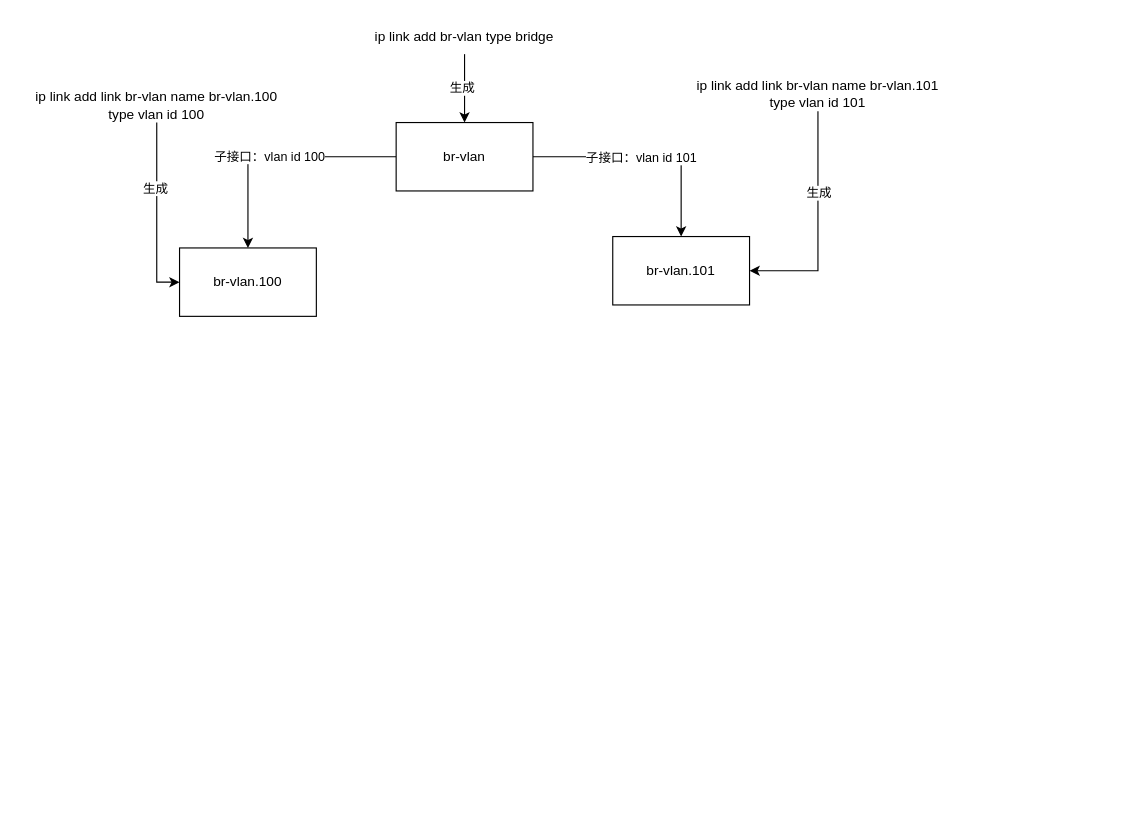
Before: vlan-模拟测试.drawio in lovegood66/network, a draw.io diagram. Source tidied: cells renumbered, new cells numbered last; positions are measured from the earlier drawing's top-left corner, leaving out a move shared by most shapes. Both pictures are drawn from the tidied source at 114%, with x=0, y=0 at pixel (31, 19).
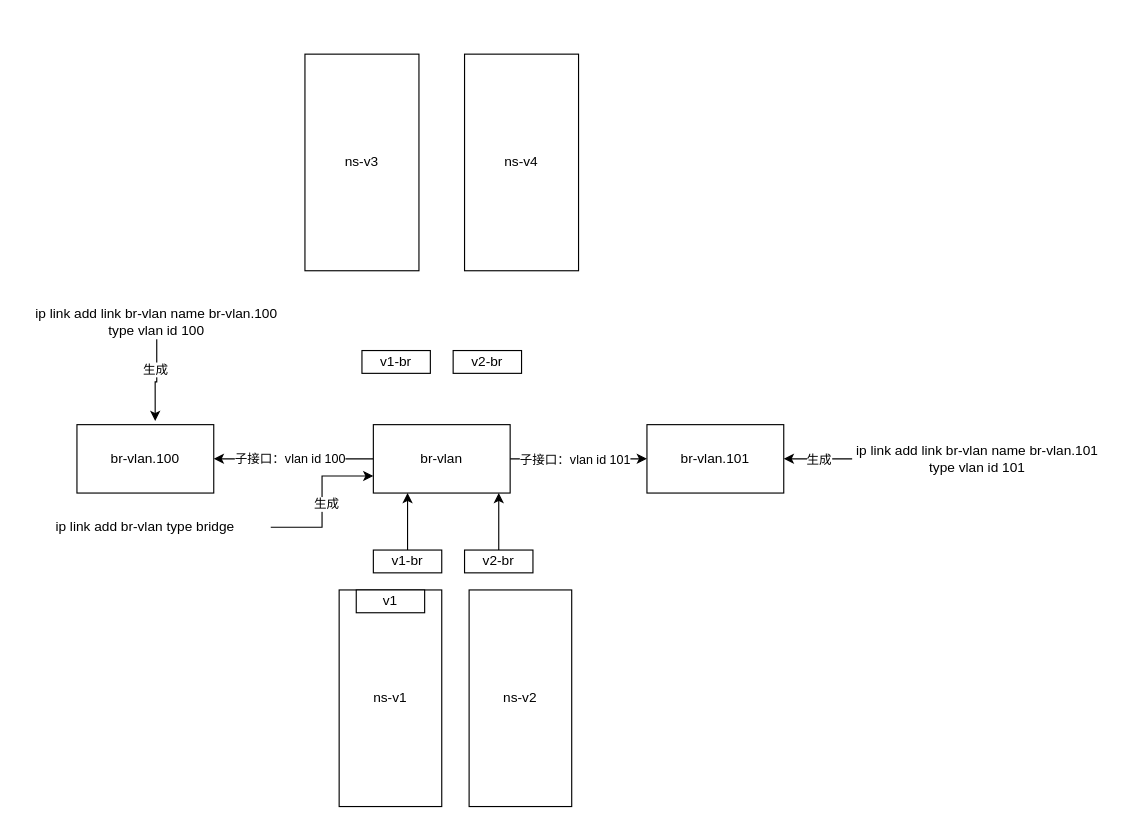
The same diagram, later.

Commit message:
更新vlan-模拟测试.drawio

Unchanged cells that the change refers to:
```xml
<mxCell id="16" style="edgeStyle=orthogonalEdgeStyle;rounded=0;jettySize=auto;html=1;entryX=1;entryY=0.5;entryDx=0;entryDy=0;" parent="1" edge="1" source="15" target="7">
  <mxGeometry relative="1" as="geometry" />
</mxCell>
```

What changed in the source:
```diff
@@
     <mxCell id="6" value="br-vlan" style="rounded=0;whiteSpace=wrap;html=1;" parent="1" vertex="1">
-      <mxGeometry x="320" y="90" width="120" height="60" as="geometry" />
+      <mxGeometry x="300" y="355" width="120" height="60" as="geometry" />
     </mxCell>
     <mxCell id="7" value="br-vlan.101" style="rounded=0;whiteSpace=wrap;html=1;" parent="1" vertex="1">
-      <mxGeometry x="510" y="190" width="120" height="60" as="geometry" />
+      <mxGeometry x="540" y="355" width="120" height="60" as="geometry" />
     </mxCell>
     <mxCell id="8" value="br-vlan.100" style="rounded=0;whiteSpace=wrap;html=1;" parent="1" vertex="1">
-      <mxGeometry x="130" y="200" width="120" height="60" as="geometry" />
+      <mxGeometry x="40" y="355" width="120" height="60" as="geometry" />
     </mxCell>
-    <mxCell id="9" style="edgeStyle=orthogonalEdgeStyle;rounded=0;jettySize=auto;html=1;" parent="1" edge="1" source="11" target="6">
+    <mxCell id="9" style="edgeStyle=orthogonalEdgeStyle;rounded=0;jettySize=auto;html=1;entryX=0;entryY=0.75;entryDx=0;entryDy=0;" parent="1" edge="1" source="11" target="6">
       <mxGeometry relative="1" as="geometry" />
     </mxCell>
@@
     <mxCell id="11" value="ip link add br-vlan type bridge" style="text;html=1;align=center;verticalAlign=middle;whiteSpace=wrap;rounded=0;" parent="1" vertex="1">
-      <mxGeometry x="270" width="220" height="30" as="geometry" />
+      <mxGeometry x="-10" y="430" width="220" height="30" as="geometry" />
     </mxCell>
-    <mxCell id="12" style="edgeStyle=orthogonalEdgeStyle;rounded=0;jettySize=auto;html=1;entryX=0;entryY=0.5;entryDx=0;entryDy=0;" parent="1" edge="1" source="14" target="8">
+    <mxCell id="12" style="edgeStyle=orthogonalEdgeStyle;rounded=0;jettySize=auto;html=1;entryX=0.572;entryY=-0.054;entryDx=0;entryDy=0;entryPerimeter=0;" parent="1" edge="1" source="14" target="8">
       <mxGeometry relative="1" as="geometry" />
     </mxCell>
@@
     <mxCell id="14" value="ip link add link br-vlan name br-vlan.100 type vlan id 100" style="text;html=1;align=center;verticalAlign=middle;whiteSpace=wrap;rounded=0;" parent="1" vertex="1">
-      <mxGeometry y="60" width="220" height="30" as="geometry" />
+      <mxGeometry y="250" width="220" height="30" as="geometry" />
     </mxCell>
-    <mxCell id="15" value="ip link add link br-vlan name br-vlan.101 type vlan id 101" style="text;html=1;align=center;verticalAlign=middle;whiteSpace=wrap;rounded=0;" parent="1" vertex="1">
-      <mxGeometry x="580" y="50" width="220" height="30" as="geometry" />
-    </mxCell>
@@
     <mxCell id="17" value="生成" style="edgeLabel;html=1;align=center;verticalAlign=middle;" parent="16" vertex="1">
-      <mxGeometry x="-0.29" relative="1" as="geometry" />
+      <mxGeometry x="0.01" relative="1" as="geometry" />
     </mxCell>
+    <mxCell id="15" value="ip link add link br-vlan name br-vlan.101 type vlan id 101" style="text;html=1;align=center;verticalAlign=middle;whiteSpace=wrap;rounded=0;" parent="1" vertex="1">
+      <mxGeometry x="720" y="370" width="220" height="30" as="geometry" />
+    </mxCell>
+    <mxCell id="18" value="ns-v2" style="rounded=0;whiteSpace=wrap;html=1;" parent="1" vertex="1">
+      <mxGeometry x="384" y="500" width="90" height="190" as="geometry" />
+    </mxCell>
+    <mxCell id="19" value="ns-v3" style="rounded=0;whiteSpace=wrap;html=1;" parent="1" vertex="1">
+      <mxGeometry x="240" y="30" width="100" height="190" as="geometry" />
+    </mxCell>
+    <mxCell id="20" value="ns-v4" style="rounded=0;whiteSpace=wrap;html=1;" parent="1" vertex="1">
+      <mxGeometry x="380" y="30" width="100" height="190" as="geometry" />
+    </mxCell>
+    <mxCell id="21" style="edgeStyle=orthogonalEdgeStyle;rounded=0;jettySize=auto;html=1;entryX=0.25;entryY=1;entryDx=0;entryDy=0;" parent="1" edge="1" source="22" target="6">
+      <mxGeometry relative="1" as="geometry" />
+    </mxCell>
+    <mxCell id="22" value="v1-br" style="rounded=0;whiteSpace=wrap;html=1;" parent="1" vertex="1">
+      <mxGeometry x="300" y="465" width="60" height="20" as="geometry" />
+    </mxCell>
+    <mxCell id="23" style="group;" parent="1" vertex="1">
+      <mxGeometry x="270" y="500" width="90" height="190" as="geometry" />
+    </mxCell>
+    <mxCell id="24" value="ns-v1" style="rounded=0;whiteSpace=wrap;html=1;" parent="23" vertex="1">
+      <mxGeometry width="90" height="190" as="geometry" />
+    </mxCell>
+    <mxCell id="25" value="v1" style="rounded=0;whiteSpace=wrap;html=1;" parent="23" vertex="1">
+      <mxGeometry x="15" width="60" height="20" as="geometry" />
+    </mxCell>
+    <mxCell id="26" style="edgeStyle=orthogonalEdgeStyle;rounded=0;jettySize=auto;html=1;entryX=0.25;entryY=1;entryDx=0;entryDy=0;" parent="1" edge="1" source="27">
+      <mxGeometry relative="1" as="geometry">
+        <mxPoint x="410" y="415" as="targetPoint" />
+      </mxGeometry>
+    </mxCell>
+    <mxCell id="27" value="v2-br" style="rounded=0;whiteSpace=wrap;html=1;" parent="1" vertex="1">
+      <mxGeometry x="380" y="465" width="60" height="20" as="geometry" />
+    </mxCell>
+    <mxCell id="28" value="v1-br" style="rounded=0;whiteSpace=wrap;html=1;" parent="1" vertex="1">
+      <mxGeometry x="290" y="290" width="60" height="20" as="geometry" />
+    </mxCell>
+    <mxCell id="29" value="v2-br" style="rounded=0;whiteSpace=wrap;html=1;" parent="1" vertex="1">
+      <mxGeometry x="370" y="290" width="60" height="20" as="geometry" />
+    </mxCell>
```
